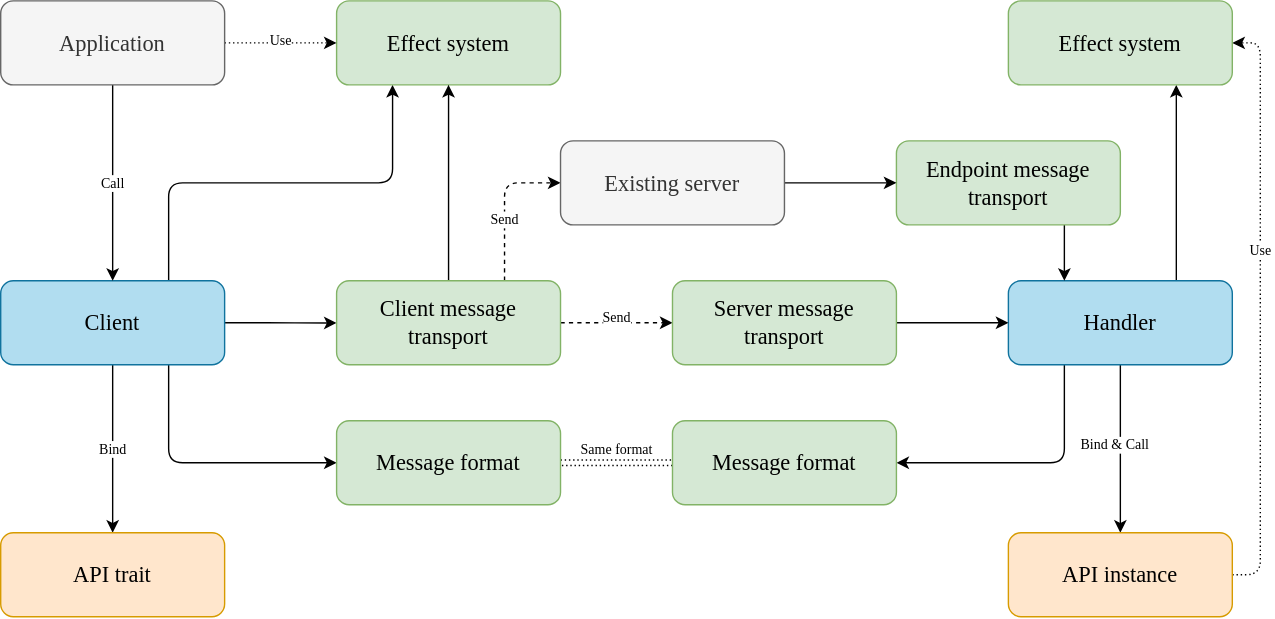
This is doc/images/architecture.svg from martin-ockajak/automorph, a draw.io export, as it was before one commit. Source tidied: cells renumbered, new cells last; positions are measured from the earlier drawing's top-left corner, leaving out a move shared by most shapes.
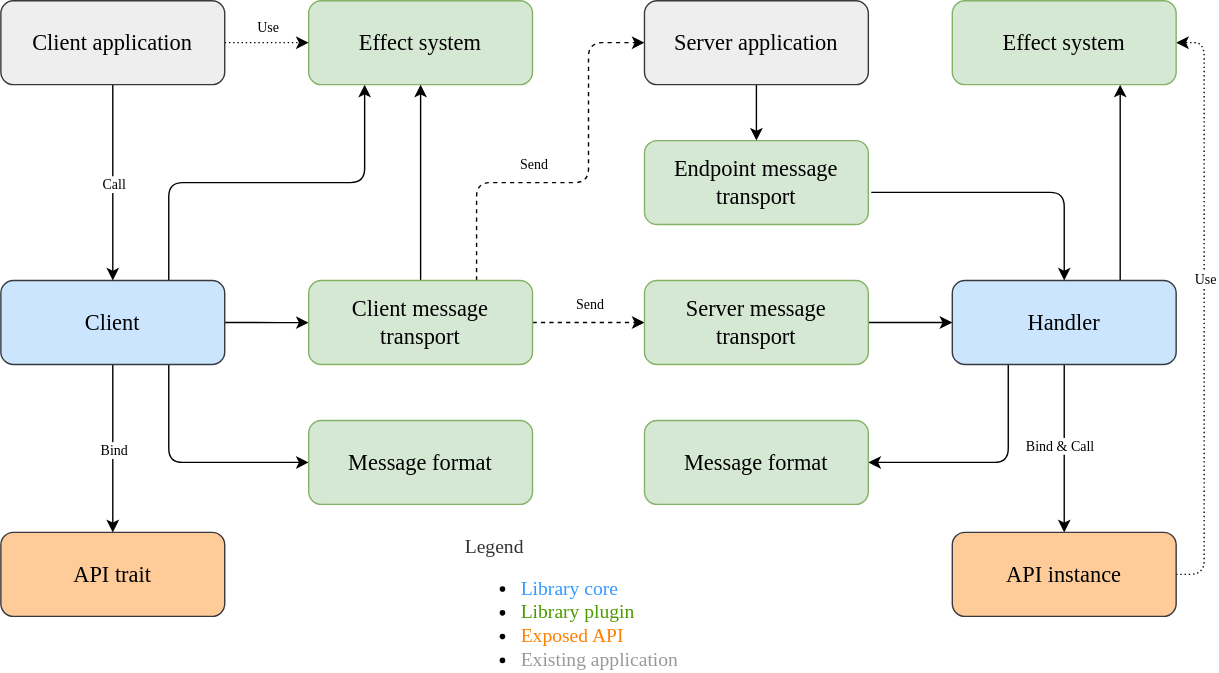
Above is the later version.

The edit, as a diff of the source:
```diff
@@ -5,7 +5,7 @@
     <mxCell id="2" style="edgeStyle=orthogonalEdgeStyle;rounded=1;jettySize=auto;html=1;exitX=0.75;exitY=1;exitDx=0;exitDy=0;entryX=0;entryY=0.5;entryDx=0;entryDy=0;fontFamily=Verdana;fontSize=16;" parent="1" edge="1" source="8" target="16">
       <mxGeometry relative="1" as="geometry">
         <Array as="points">
-          <mxPoint x="120" y="330" />
+          <mxPoint x="140" y="330" />
         </Array>
       </mxGeometry>
     </mxCell>
@@ -18,7 +18,7 @@
     <mxCell id="5" style="edgeStyle=orthogonalEdgeStyle;rounded=1;jettySize=auto;html=1;exitX=0.75;exitY=0;exitDx=0;exitDy=0;entryX=0.25;entryY=1;entryDx=0;entryDy=0;fontFamily=Verdana;fontSize=16;" parent="1" edge="1" source="8" target="13">
       <mxGeometry relative="1" as="geometry">
         <Array as="points">
-          <mxPoint x="120" y="130" />
+          <mxPoint x="140" y="130" />
           <mxPoint x="280" y="130" />
         </Array>
       </mxGeometry>
@@ -31,8 +31,8 @@
     <mxCell id="7" style="edgeStyle=orthogonalEdgeStyle;rounded=1;jettySize=auto;html=1;exitX=0.5;exitY=1;exitDx=0;exitDy=0;entryX=0.5;entryY=0;entryDx=0;entryDy=0;fontFamily=Verdana;fontSize=16;strokeColor=#000000;" parent="1" edge="1" source="8" target="25">
       <mxGeometry relative="1" as="geometry" />
     </mxCell>
-    <mxCell id="8" value="&lt;font style=&quot;font-size: 16px;&quot;&gt;Client&lt;/font&gt;" style="rounded=1;whiteSpace=wrap;html=1;fillColor=#b1ddf0;strokeColor=#10739e;fontFamily=Verdana;fontSize=16;" parent="1" vertex="1">
-      <mxGeometry y="200" width="160" height="60" as="geometry" />
+    <mxCell id="8" value="&lt;font style=&quot;font-size: 16px;&quot;&gt;Client&lt;/font&gt;" style="rounded=1;whiteSpace=wrap;html=1;fillColor=#cce5ff;strokeColor=#36393d;fontFamily=Verdana;fontSize=16;" parent="1" vertex="1">
+      <mxGeometry x="20" y="200" width="160" height="60" as="geometry" />
     </mxCell>
     <mxCell id="9" style="edgeStyle=orthogonalEdgeStyle;rounded=1;jettySize=auto;html=1;exitX=0.5;exitY=1;exitDx=0;exitDy=0;fontFamily=Verdana;fontSize=16;" parent="1" edge="1" source="12" target="27">
       <mxGeometry relative="1" as="geometry" />
@@ -40,27 +40,19 @@
     <mxCell id="10" style="edgeStyle=orthogonalEdgeStyle;rounded=1;jettySize=auto;html=1;exitX=0.25;exitY=1;exitDx=0;exitDy=0;entryX=1;entryY=0.5;entryDx=0;entryDy=0;fontFamily=Verdana;fontSize=16;strokeColor=#000000;" parent="1" edge="1" source="12" target="34">
       <mxGeometry relative="1" as="geometry">
         <Array as="points">
-          <mxPoint x="760" y="330" />
+          <mxPoint x="740" y="330" />
         </Array>
       </mxGeometry>
     </mxCell>
     <mxCell id="11" style="edgeStyle=orthogonalEdgeStyle;rounded=1;jettySize=auto;html=1;exitX=0.75;exitY=0;exitDx=0;exitDy=0;entryX=0.75;entryY=1;entryDx=0;entryDy=0;fontFamily=Verdana;fontSize=16;strokeColor=#000000;" parent="1" edge="1" source="12" target="33">
       <mxGeometry relative="1" as="geometry" />
     </mxCell>
-    <mxCell id="12" value="&lt;font style=&quot;font-size: 16px;&quot;&gt;Handler&lt;/font&gt;" style="rounded=1;whiteSpace=wrap;html=1;fillColor=#b1ddf0;strokeColor=#10739e;fontFamily=Verdana;fontSize=16;" parent="1" vertex="1">
-      <mxGeometry x="720" y="200" width="160" height="60" as="geometry" />
+    <mxCell id="12" value="&lt;font style=&quot;font-size: 16px;&quot;&gt;Handler&lt;/font&gt;" style="rounded=1;whiteSpace=wrap;html=1;fillColor=#cce5ff;strokeColor=#36393d;fontFamily=Verdana;fontSize=16;" parent="1" vertex="1">
+      <mxGeometry x="700" y="200" width="160" height="60" as="geometry" />
     </mxCell>
     <mxCell id="13" value="&lt;font style=&quot;font-size: 16px;&quot;&gt;Effect system&lt;/font&gt;" style="rounded=1;whiteSpace=wrap;html=1;fillColor=#d5e8d4;strokeColor=#82b366;fontFamily=Verdana;fontSize=16;verticalAlign=middle;" parent="1" vertex="1">
       <mxGeometry x="240" width="160" height="60" as="geometry" />
     </mxCell>
-    <mxCell id="14" style="edgeStyle=orthogonalEdgeStyle;rounded=1;jettySize=auto;html=1;exitX=1;exitY=0.5;exitDx=0;exitDy=0;entryX=0;entryY=0.5;entryDx=0;entryDy=0;fontFamily=Verdana;fontSize=16;strokeColor=#000000;shape=link;dashed=1;dashPattern=1 2;" parent="1" edge="1" source="16" target="34">
-      <mxGeometry relative="1" as="geometry" />
-    </mxCell>
-    <mxCell id="15" value="Same format" style="edgeLabel;html=1;align=center;verticalAlign=middle;fontSize=10;fontFamily=Verdana;" parent="14" vertex="1">
-      <mxGeometry x="-0.28" y="-3" relative="1" as="geometry">
-        <mxPoint x="11" y="-13" as="offset" />
-      </mxGeometry>
-    </mxCell>
     <mxCell id="16" value="&lt;font style=&quot;font-size: 16px;&quot;&gt;Message format&lt;/font&gt;" style="rounded=1;whiteSpace=wrap;html=1;fillColor=#d5e8d4;strokeColor=#82b366;fontFamily=Verdana;fontSize=16;" parent="1" vertex="1">
       <mxGeometry x="240" y="300" width="160" height="60" as="geometry" />
     </mxCell>
@@ -71,6 +63,8 @@
       <mxGeometry relative="1" as="geometry">
         <Array as="points">
           <mxPoint x="360" y="130" />
+          <mxPoint x="440" y="130" />
+          <mxPoint x="440" y="30" />
         </Array>
       </mxGeometry>
     </mxCell>
@@ -86,26 +80,26 @@
     <mxCell id="22" value="&lt;font style=&quot;font-size: 16px&quot;&gt;Server message transport&lt;/font&gt;" style="rounded=1;whiteSpace=wrap;html=1;fillColor=#d5e8d4;strokeColor=#82b366;fontFamily=Verdana;fontSize=16;" parent="1" vertex="1">
       <mxGeometry x="480" y="200" width="160" height="60" as="geometry" />
     </mxCell>
-    <mxCell id="23" style="edgeStyle=orthogonalEdgeStyle;rounded=1;jettySize=auto;html=1;exitX=0.75;exitY=1;exitDx=0;exitDy=0;entryX=0.25;entryY=0;entryDx=0;entryDy=0;fontFamily=Verdana;fontSize=16;strokeColor=#000000;" parent="1" edge="1" source="24" target="12">
+    <mxCell id="23" style="edgeStyle=orthogonalEdgeStyle;rounded=1;jettySize=auto;html=1;exitX=1.013;exitY=0.617;exitDx=0;exitDy=0;entryX=0.5;entryY=0;entryDx=0;entryDy=0;fontFamily=Verdana;fontSize=16;strokeColor=#000000;exitPerimeter=0;" parent="1" edge="1" source="24" target="12">
       <mxGeometry relative="1" as="geometry" />
     </mxCell>
     <mxCell id="24" value="&lt;font style=&quot;font-size: 16px&quot;&gt;Endpoint message transport&lt;/font&gt;" style="rounded=1;whiteSpace=wrap;html=1;fillColor=#d5e8d4;strokeColor=#82b366;fontFamily=Verdana;fontSize=16;" parent="1" vertex="1">
-      <mxGeometry x="640" y="100" width="160" height="60" as="geometry" />
+      <mxGeometry x="480" y="100" width="160" height="60" as="geometry" />
     </mxCell>
-    <mxCell id="25" value="&lt;font style=&quot;font-size: 16px&quot;&gt;API trait&lt;/font&gt;" style="rounded=1;whiteSpace=wrap;html=1;fillColor=#ffe6cc;strokeColor=#d79b00;fontFamily=Verdana;fontSize=16;" parent="1" vertex="1">
-      <mxGeometry y="380" width="160" height="60" as="geometry" />
+    <mxCell id="25" value="&lt;font style=&quot;font-size: 16px&quot;&gt;API trait&lt;/font&gt;" style="rounded=1;whiteSpace=wrap;html=1;fillColor=#ffcc99;strokeColor=#36393d;fontFamily=Verdana;fontSize=16;" parent="1" vertex="1">
+      <mxGeometry x="20" y="380" width="160" height="60" as="geometry" />
     </mxCell>
     <mxCell id="26" style="edgeStyle=orthogonalEdgeStyle;rounded=1;jettySize=auto;html=1;exitX=1;exitY=0.5;exitDx=0;exitDy=0;entryX=1;entryY=0.5;entryDx=0;entryDy=0;dashed=1;dashPattern=1 2;fontFamily=Verdana;fontSize=10;strokeColor=#000000;" parent="1" edge="1" source="27" target="33">
       <mxGeometry relative="1" as="geometry" />
     </mxCell>
-    <mxCell id="27" value="&lt;font style=&quot;font-size: 16px&quot;&gt;API instance&lt;/font&gt;" style="rounded=1;whiteSpace=wrap;html=1;fillColor=#ffe6cc;strokeColor=#d79b00;fontFamily=Verdana;fontSize=16;" parent="1" vertex="1">
-      <mxGeometry x="720" y="380" width="160" height="60" as="geometry" />
+    <mxCell id="27" value="&lt;font style=&quot;font-size: 16px&quot;&gt;API instance&lt;/font&gt;" style="rounded=1;whiteSpace=wrap;html=1;fillColor=#ffcc99;strokeColor=#36393d;fontFamily=Verdana;fontSize=16;" parent="1" vertex="1">
+      <mxGeometry x="700" y="380" width="160" height="60" as="geometry" />
     </mxCell>
-    <mxCell id="28" style="edgeStyle=orthogonalEdgeStyle;rounded=1;jettySize=auto;html=1;exitX=1;exitY=0.5;exitDx=0;exitDy=0;entryX=0;entryY=0.5;entryDx=0;entryDy=0;fontFamily=Verdana;fontSize=16;strokeColor=#000000;" parent="1" edge="1" source="29" target="24">
+    <mxCell id="28" style="edgeStyle=orthogonalEdgeStyle;rounded=1;jettySize=auto;html=1;fontFamily=Verdana;fontSize=16;strokeColor=#000000;" parent="1" edge="1" source="29" target="24">
       <mxGeometry relative="1" as="geometry" />
     </mxCell>
-    <mxCell id="29" value="&lt;font style=&quot;font-size: 16px&quot;&gt;Existing server&lt;/font&gt;" style="rounded=1;whiteSpace=wrap;html=1;fillColor=#f5f5f5;strokeColor=#666666;fontFamily=Verdana;fontSize=16;fontColor=#333333;" parent="1" vertex="1">
-      <mxGeometry x="400" y="100" width="160" height="60" as="geometry" />
+    <mxCell id="29" value="&lt;font style=&quot;font-size: 16px&quot;&gt;Server application&lt;/font&gt;" style="rounded=1;whiteSpace=wrap;html=1;fillColor=#eeeeee;strokeColor=#36393d;fontFamily=Verdana;fontSize=16;" parent="1" vertex="1">
+      <mxGeometry x="480" width="160" height="60" as="geometry" />
     </mxCell>
     <mxCell id="30" style="edgeStyle=orthogonalEdgeStyle;rounded=1;jettySize=auto;html=1;exitX=0.5;exitY=1;exitDx=0;exitDy=0;fontFamily=Verdana;fontSize=16;" parent="1" edge="1" source="32" target="8">
       <mxGeometry relative="1" as="geometry" />
@@ -113,45 +107,48 @@
     <mxCell id="31" style="edgeStyle=orthogonalEdgeStyle;rounded=1;jettySize=auto;html=1;exitX=1;exitY=0.5;exitDx=0;exitDy=0;entryX=0;entryY=0.5;entryDx=0;entryDy=0;fontFamily=Verdana;fontSize=10;strokeColor=#000000;dashed=1;dashPattern=1 2;" parent="1" edge="1" source="32" target="13">
       <mxGeometry relative="1" as="geometry" />
     </mxCell>
-    <mxCell id="32" value="&lt;font style=&quot;font-size: 16px&quot;&gt;Application&lt;/font&gt;" style="rounded=1;whiteSpace=wrap;html=1;fillColor=#f5f5f5;strokeColor=#666666;fontFamily=Verdana;fontSize=16;fontColor=#333333;" parent="1" vertex="1">
-      <mxGeometry width="160" height="60" as="geometry" />
+    <mxCell id="32" value="&lt;font style=&quot;font-size: 16px&quot;&gt;Client application&lt;/font&gt;" style="rounded=1;whiteSpace=wrap;html=1;fillColor=#eeeeee;strokeColor=#36393d;fontFamily=Verdana;fontSize=16;" parent="1" vertex="1">
+      <mxGeometry x="20" width="160" height="60" as="geometry" />
     </mxCell>
     <mxCell id="33" value="&lt;font style=&quot;font-size: 16px;&quot;&gt;Effect system&lt;/font&gt;" style="rounded=1;whiteSpace=wrap;html=1;fillColor=#d5e8d4;strokeColor=#82b366;fontFamily=Verdana;fontSize=16;verticalAlign=middle;" parent="1" vertex="1">
-      <mxGeometry x="720" width="160" height="60" as="geometry" />
+      <mxGeometry x="700" width="160" height="60" as="geometry" />
     </mxCell>
     <mxCell id="34" value="&lt;font style=&quot;font-size: 16px;&quot;&gt;Message format&lt;/font&gt;" style="rounded=1;whiteSpace=wrap;html=1;fillColor=#d5e8d4;strokeColor=#82b366;fontFamily=Verdana;fontSize=16;" parent="1" vertex="1">
       <mxGeometry x="480" y="300" width="160" height="60" as="geometry" />
     </mxCell>
     <mxCell id="35" value="Bind" style="edgeLabel;html=1;align=center;verticalAlign=middle;fontSize=10;fontFamily=Verdana;" parent="1" vertex="1">
-      <mxGeometry x="80" y="320" as="geometry" />
+      <mxGeometry x="100" y="320" as="geometry" />
     </mxCell>
     <mxCell id="36" value="Bind &amp;amp; Call" style="edgeLabel;html=1;align=center;verticalAlign=middle;fontSize=10;fontFamily=Verdana;" parent="1" vertex="1">
-      <mxGeometry x="810" y="310" as="geometry">
+      <mxGeometry x="790" y="310" as="geometry">
         <mxPoint x="-14" y="7" as="offset" />
       </mxGeometry>
     </mxCell>
     <mxCell id="37" value="Call" style="edgeLabel;html=1;align=center;verticalAlign=middle;fontSize=10;fontFamily=Verdana;" parent="1" vertex="1">
-      <mxGeometry x="80" y="130" as="geometry" />
+      <mxGeometry x="100" y="130" as="geometry" />
     </mxCell>
     <mxCell id="38" value="Send" style="edgeLabel;html=1;align=center;verticalAlign=middle;fontSize=10;fontFamily=Verdana;" parent="1" vertex="1">
-      <mxGeometry x="370" y="150" as="geometry">
+      <mxGeometry x="410" y="110" as="geometry">
         <mxPoint x="-10" y="6" as="offset" />
       </mxGeometry>
     </mxCell>
     <mxCell id="39" value="Send" style="edgeLabel;html=1;align=center;verticalAlign=middle;fontSize=10;fontFamily=Verdana;" parent="1" vertex="1">
-      <mxGeometry x="450" y="220" as="geometry">
+      <mxGeometry x="450" y="210" as="geometry">
         <mxPoint x="-10" y="6" as="offset" />
       </mxGeometry>
     </mxCell>
     <mxCell id="40" value="Use" style="edgeLabel;html=1;align=center;verticalAlign=middle;fontSize=10;fontFamily=Verdana;" parent="1" vertex="1">
-      <mxGeometry x="210" y="30" as="geometry">
+      <mxGeometry x="220" y="20" as="geometry">
         <mxPoint x="-10" y="-2" as="offset" />
       </mxGeometry>
     </mxCell>
     <mxCell id="41" value="Use" style="edgeLabel;html=1;align=center;verticalAlign=middle;fontSize=10;fontFamily=Verdana;" parent="1" vertex="1">
-      <mxGeometry x="910" y="180" as="geometry">
+      <mxGeometry x="890" y="200" as="geometry">
         <mxPoint x="-10" y="-2" as="offset" />
       </mxGeometry>
     </mxCell>
+    <mxCell id="42" value="&lt;div style=&quot;font-size: 14px&quot;&gt;&lt;font color=&quot;#333333&quot; style=&quot;font-size: 14px&quot;&gt;Legend&lt;/font&gt;&lt;/div&gt;&lt;ul style=&quot;font-size: 14px&quot;&gt;&lt;li&gt;&lt;font style=&quot;font-size: 14px&quot; color=&quot;#3399ff&quot;&gt;Library core&lt;/font&gt;&lt;/li&gt;&lt;li&gt;&lt;font style=&quot;font-size: 14px&quot; color=&quot;#4d9900&quot;&gt;Library plugin&lt;/font&gt;&lt;/li&gt;&lt;li&gt;&lt;font color=&quot;#ff8000&quot; style=&quot;font-size: 14px&quot;&gt;Exposed API&lt;/font&gt;&lt;/li&gt;&lt;li&gt;&lt;font style=&quot;font-size: 14px&quot; color=&quot;#999999&quot;&gt;Existing application&lt;/font&gt;&lt;/li&gt;&lt;/ul&gt;" style="text;strokeColor=none;fillColor=none;html=1;whiteSpace=wrap;verticalAlign=middle;overflow=hidden;fontFamily=Verdana;fontSize=12;align=left;" parent="1" vertex="1">
+      <mxGeometry x="350" y="380" width="210" height="100" as="geometry" />
+    </mxCell>
   </root>
 </mxGraphModel>
```
